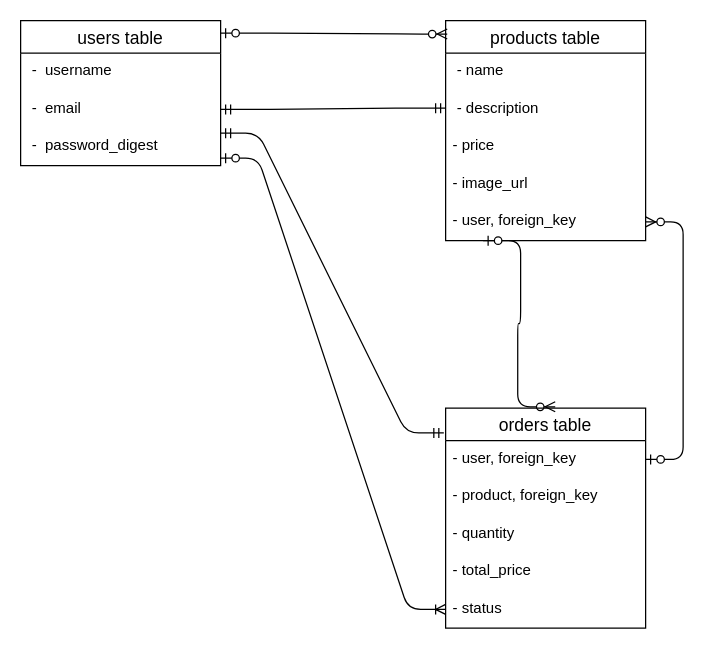
Above: ER.dio in ootakito/furima-40505 (draw.io), before the change. Source tidied: cells renumbered, new cells numbered last; positions are measured from the earlier drawing's top-left corner, leaving out a move shared by most shapes. Both pictures are drawn from the tidied source at 125%, with x=0, y=0 at pixel (20, 20).
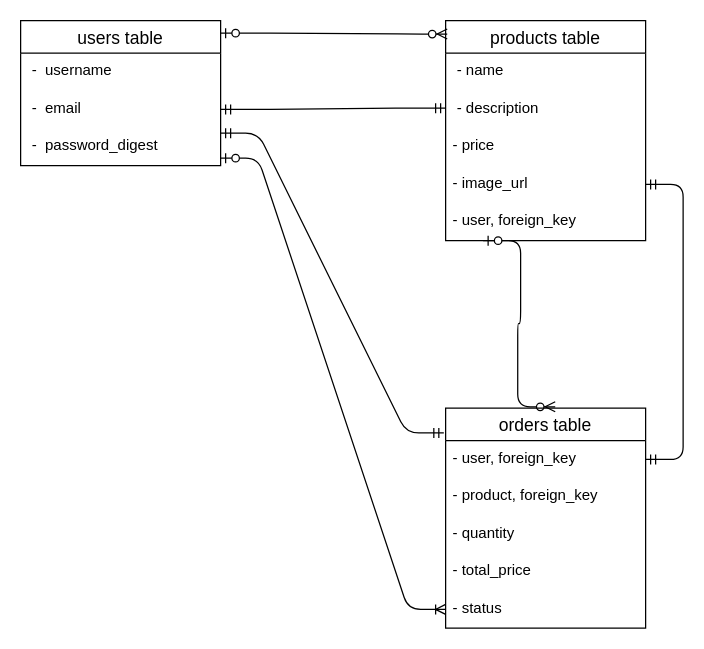
After the change.

Commit message (it also covers changes not shown here):
READMEによるDB設計です。

The change refers to these unchanged cells:
```xml
<mxCell id="11" value="- image_url" style="text;strokeColor=none;fillColor=none;spacingLeft=4;spacingRight=4;overflow=hidden;points=[[0,0.5],[1,0.5]];portConstraint=eastwest;fontSize=12;" parent="6" vertex="1">
  <mxGeometry y="116" width="160" height="30" as="geometry" />
</mxCell>
<mxCell id="12" value="- user, foreign_key" style="text;strokeColor=none;fillColor=none;spacingLeft=4;spacingRight=4;overflow=hidden;points=[[0,0.5],[1,0.5]];portConstraint=eastwest;fontSize=12;" parent="6" vertex="1">
  <mxGeometry y="146" width="160" height="30" as="geometry" />
</mxCell>
<mxCell id="14" value="- user, foreign_key&#10;&#10;" style="text;strokeColor=none;fillColor=none;spacingLeft=4;spacingRight=4;overflow=hidden;points=[[0,0.5],[1,0.5]];portConstraint=eastwest;fontSize=12;" parent="13" vertex="1">
  <mxGeometry y="26" width="160" height="30" as="geometry" />
</mxCell>
```

What changed in the source:
```diff
@@
-    <mxCell id="22" style="edgeStyle=entityRelationEdgeStyle;fontSize=12;html=1;endArrow=ERzeroToMany;startArrow=ERzeroToOne;exitX=1;exitY=0.5;exitDx=0;exitDy=0;" parent="1" edge="1" source="14" target="12">
-      <mxGeometry relative="1" as="geometry" />
-    </mxCell>
@@
+    <mxCell id="25" style="edgeStyle=entityRelationEdgeStyle;fontSize=12;html=1;endArrow=ERmandOne;startArrow=ERmandOne;exitX=1;exitY=0.5;exitDx=0;exitDy=0;" parent="1" edge="1" source="11" target="14">
+      <mxGeometry relative="1" as="geometry" />
+    </mxCell>
```
